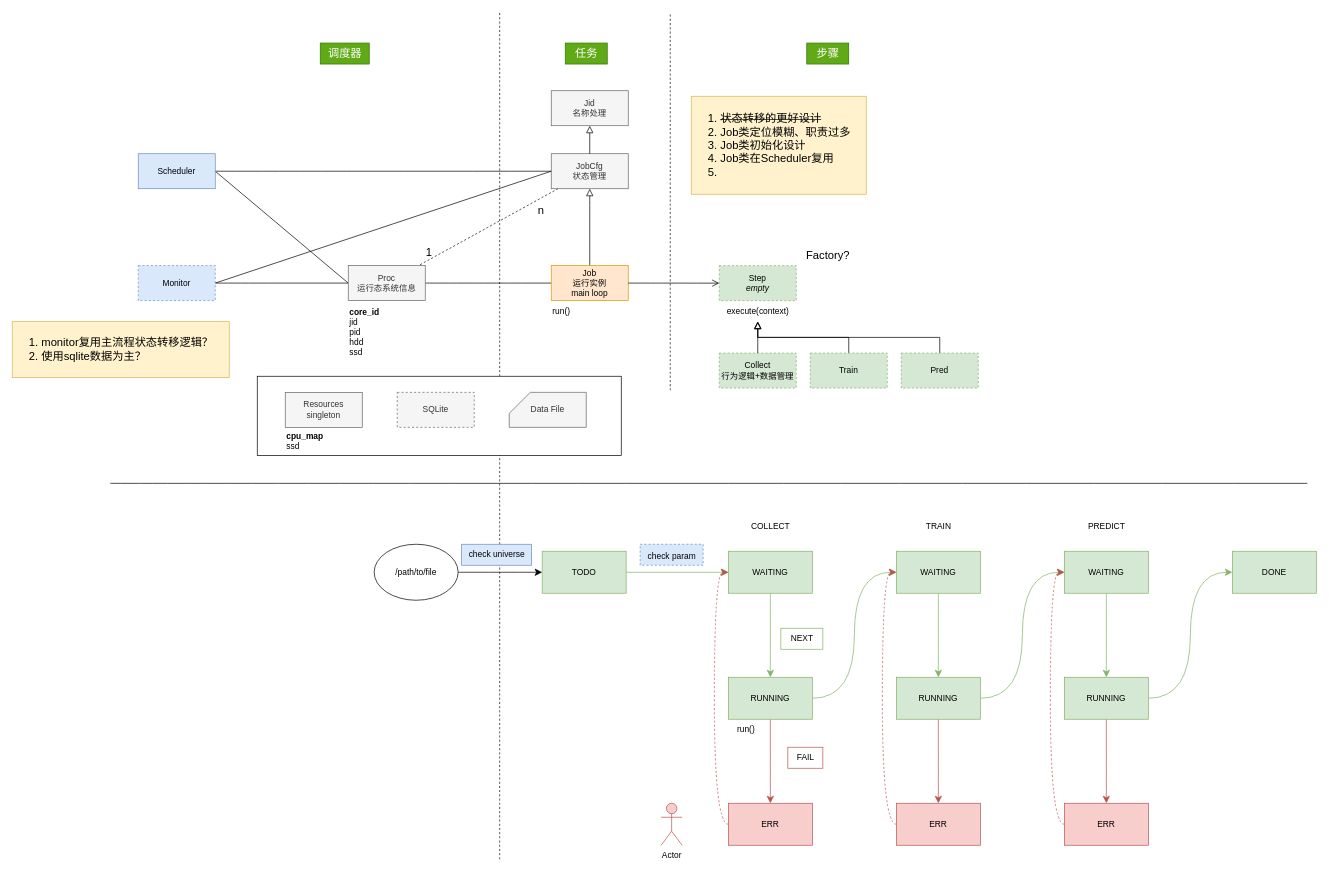
This is practice.drawio from mistyeye11/drawio, a draw.io file, before an edit. Source tidied: cells renumbered, new cells numbered last; positions are measured from the earlier drawing's top-left corner, leaving out a move shared by most shapes. Both pictures are drawn from the tidied source at 70%, with x=0, y=0 at pixel (12, 12).
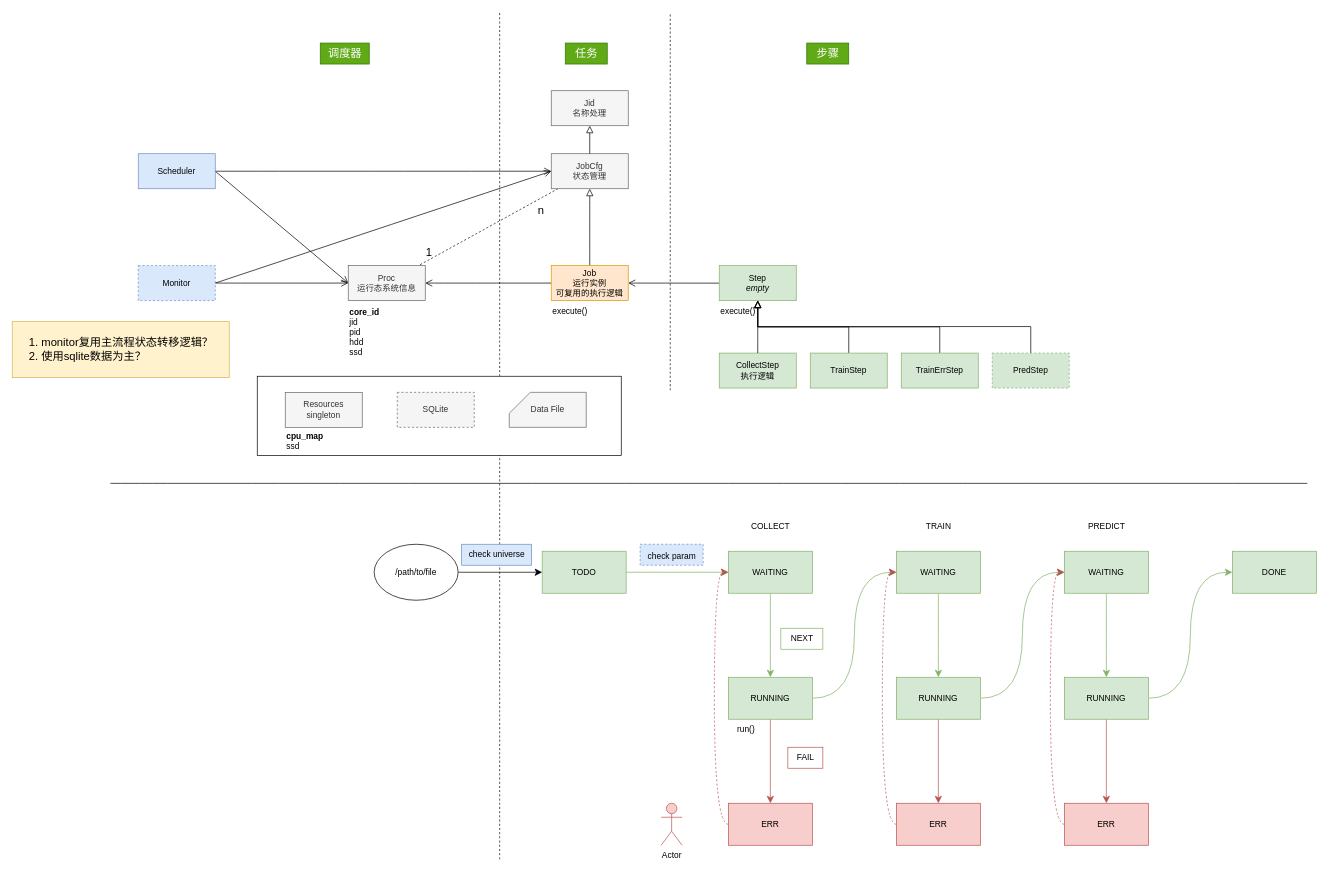
The same page after the edit.

Unchanged cells that the change refers to:
```xml
<mxCell id="6" value="&lt;div&gt;JobCfg&lt;/div&gt;&lt;div&gt;状态管理&lt;/div&gt;" style="html=1;whiteSpace=wrap;fillColor=#f5f5f5;strokeColor=#666666;fontColor=#333333;" parent="1" vertex="1">
  <mxGeometry x="770" y="202.1" width="110" height="50" as="geometry" />
</mxCell>
<mxCell id="12" value="&lt;div&gt;Scheduler&lt;/div&gt;" style="html=1;whiteSpace=wrap;fillColor=#dae8fc;strokeColor=#6c8ebf;" parent="1" vertex="1">
  <mxGeometry x="180" y="202.1" width="110" height="50" as="geometry" />
</mxCell>
<mxCell id="14" value="Monitor" style="html=1;whiteSpace=wrap;fillColor=#dae8fc;strokeColor=#6c8ebf;dashed=1;" parent="1" vertex="1">
  <mxGeometry x="180" y="361.9" width="110" height="50" as="geometry" />
</mxCell>
<mxCell id="51" value="&lt;div&gt;Proc&lt;/div&gt;运行态系统信息" style="html=1;whiteSpace=wrap;fillColor=#f5f5f5;strokeColor=#666666;fontColor=#333333;" parent="50" vertex="1">
  <mxGeometry width="110" height="50" as="geometry" />
</mxCell>
<mxCell id="53" style="group;" parent="1" vertex="1">
  <mxGeometry x="770" y="361.9" width="110" height="80" as="geometry" />
</mxCell>
```

What changed in the source:
```diff
@@
-    <mxCell id="3" style="edgeStyle=none;curved=1;rounded=0;jettySize=auto;html=1;exitX=0;exitY=0.5;exitDx=0;exitDy=0;entryX=1;entryY=0.5;entryDx=0;entryDy=0;fontSize=12;startSize=8;endSize=8;endArrow=none;endFill=0;" parent="1" edge="1" source="6" target="14">
+    <mxCell id="3" style="edgeStyle=none;curved=1;rounded=0;jettySize=auto;html=1;exitX=0;exitY=0.5;exitDx=0;exitDy=0;entryX=1;entryY=0.5;entryDx=0;entryDy=0;fontSize=12;startSize=8;endSize=8;endArrow=none;endFill=0;startArrow=open;startFill=0;" parent="1" edge="1" source="6" target="14">
       <mxGeometry relative="1" as="geometry" />
     </mxCell>
@@
-    <mxCell id="9" style="edgeStyle=none;curved=1;rounded=0;jettySize=auto;html=1;fontSize=12;startSize=8;endSize=8;endArrow=none;endFill=0;exitX=1;exitY=0.5;exitDx=0;exitDy=0;entryX=0;entryY=0.5;entryDx=0;entryDy=0;" parent="1" edge="1" source="51" target="54">
+    <mxCell id="9" style="edgeStyle=none;curved=1;rounded=0;jettySize=auto;html=1;fontSize=12;startSize=8;endSize=8;endArrow=none;endFill=0;exitX=1;exitY=0.5;exitDx=0;exitDy=0;entryX=0;entryY=0.5;entryDx=0;entryDy=0;startArrow=open;startFill=0;" parent="1" edge="1" source="51" target="54">
       <mxGeometry relative="1" as="geometry" />
     </mxCell>
-    <mxCell id="10" style="rounded=0;jettySize=auto;html=1;entryX=0;entryY=0.5;entryDx=0;entryDy=0;fontSize=12;startSize=8;endSize=8;endArrow=none;endFill=0;exitX=1;exitY=0.5;exitDx=0;exitDy=0;" parent="1" edge="1" source="12" target="51">
+    <mxCell id="10" style="rounded=0;jettySize=auto;html=1;entryX=0;entryY=0.5;entryDx=0;entryDy=0;fontSize=12;startSize=8;endSize=8;endArrow=open;endFill=0;exitX=1;exitY=0.5;exitDx=0;exitDy=0;" parent="1" edge="1" source="12" target="51">
       <mxGeometry relative="1" as="geometry" />
     </mxCell>
-    <mxCell id="11" style="edgeStyle=none;curved=1;rounded=0;jettySize=auto;html=1;exitX=1;exitY=0.5;exitDx=0;exitDy=0;entryX=0;entryY=0.5;entryDx=0;entryDy=0;fontSize=12;startSize=8;endSize=8;endArrow=none;endFill=0;" parent="1" edge="1" source="12" target="6">
+    <mxCell id="11" style="edgeStyle=none;curved=1;rounded=0;jettySize=auto;html=1;exitX=1;exitY=0.5;exitDx=0;exitDy=0;entryX=0;entryY=0.5;entryDx=0;entryDy=0;fontSize=12;startSize=8;endSize=8;endArrow=open;endFill=0;" parent="1" edge="1" source="12" target="6">
       <mxGeometry relative="1" as="geometry" />
     </mxCell>
@@
-    <mxCell id="13" style="edgeStyle=none;curved=1;rounded=0;jettySize=auto;html=1;exitX=1;exitY=0.5;exitDx=0;exitDy=0;entryX=0;entryY=0.5;entryDx=0;entryDy=0;fontSize=12;startSize=8;endSize=8;endArrow=none;endFill=0;" parent="1" edge="1" source="14" target="51">
+    <mxCell id="13" style="edgeStyle=none;curved=1;rounded=0;jettySize=auto;html=1;exitX=1;exitY=0.5;exitDx=0;exitDy=0;entryX=0;entryY=0.5;entryDx=0;entryDy=0;fontSize=12;startSize=8;endSize=8;endArrow=open;endFill=0;startArrow=none;startFill=0;" parent="1" edge="1" source="14" target="51">
       <mxGeometry relative="1" as="geometry" />
     </mxCell>
@@
-    <mxCell id="47" value="&lt;div align=&quot;left&quot;&gt;&lt;ol&gt;&lt;li&gt;&lt;strike&gt;状态转移的更好设计&lt;/strike&gt;&lt;/li&gt;&lt;li&gt;Job类定位模糊、职责过多&lt;/li&gt;&lt;li&gt;Job类初始化设计&lt;br&gt;&lt;/li&gt;&lt;li&gt;Job类在Scheduler复用&lt;/li&gt;&lt;li&gt;&lt;br&gt;&lt;/li&gt;&lt;/ol&gt;&lt;/div&gt;" style="text;html=1;align=left;verticalAlign=middle;strokeColor=#d6b656;fillColor=#fff2cc;fontSize=16;" parent="1" vertex="1">
-      <mxGeometry x="970" y="120" width="250" height="140" as="geometry" />
-    </mxCell>
@@
-    <mxCell id="54" value="&lt;div&gt;Job&lt;/div&gt;&lt;div&gt;运行实例&lt;/div&gt;&lt;div&gt;main loop&lt;br&gt;&lt;/div&gt;" style="html=1;whiteSpace=wrap;fillColor=#ffe6cc;strokeColor=#d79b00;" parent="53" vertex="1">
+    <mxCell id="54" value="&lt;div&gt;Job&lt;/div&gt;&lt;div&gt;运行实例&lt;/div&gt;&lt;div&gt;可复用的执行逻辑&lt;br&gt;&lt;/div&gt;" style="html=1;whiteSpace=wrap;fillColor=#ffe6cc;strokeColor=#d79b00;" parent="53" vertex="1">
       <mxGeometry width="110" height="50" as="geometry" />
     </mxCell>
-    <mxCell id="55" value="run()" style="text;html=1;align=left;verticalAlign=middle;strokeColor=none;fillColor=none;fontSize=12;" parent="53" vertex="1">
-      <mxGeometry y="50" width="50" height="30" as="geometry" />
+    <mxCell id="55" value="execute()" style="text;html=1;align=left;verticalAlign=middle;strokeColor=none;fillColor=none;fontSize=12;" parent="53" vertex="1">
+      <mxGeometry y="50" width="70" height="30" as="geometry" />
     </mxCell>
@@
-    <mxCell id="62" style="group;dashed=1;" parent="1" vertex="1">
-      <mxGeometry x="1010" y="362" width="110" height="80" as="geometry" />
-    </mxCell>
-    <mxCell id="63" value="&lt;div&gt;Step&lt;/div&gt;&lt;div&gt;&lt;i&gt;empty&lt;/i&gt;&lt;/div&gt;" style="html=1;whiteSpace=wrap;fillColor=#d5e8d4;strokeColor=#82b366;dashed=1;" parent="62" vertex="1">
-      <mxGeometry width="110" height="50" as="geometry" />
-    </mxCell>
-    <mxCell id="64" value="execute(context)" style="text;html=1;align=center;verticalAlign=middle;points=[];strokeColor=none;fillColor=none;fontSize=12;" parent="62" vertex="1">
-      <mxGeometry y="50" width="110" height="30" as="geometry" />
-    </mxCell>
-    <mxCell id="65" value="&lt;div&gt;Collect&lt;/div&gt;&lt;div&gt;行为逻辑+数据管理&lt;br&gt;&lt;/div&gt;" style="html=1;whiteSpace=wrap;fillColor=#d5e8d4;strokeColor=#82b366;dashed=1;" parent="1" vertex="1">
+    <mxCell id="65" value="&lt;div&gt;CollectStep&lt;/div&gt;&lt;div&gt;执行逻辑&lt;br&gt;&lt;/div&gt;" style="html=1;whiteSpace=wrap;fillColor=#d5e8d4;strokeColor=#82b366;" parent="1" vertex="1">
       <mxGeometry x="1010" y="486.9" width="110" height="50" as="geometry" />
     </mxCell>
-    <mxCell id="66" style="edgeStyle=orthogonalEdgeStyle;rounded=0;jettySize=auto;html=1;exitX=0.5;exitY=0;exitDx=0;exitDy=0;fontSize=12;startSize=8;endSize=8;endArrow=block;endFill=0;" parent="1" edge="1" source="67" target="64">
+    <mxCell id="66" style="edgeStyle=orthogonalEdgeStyle;rounded=0;jettySize=auto;html=1;exitX=0.5;exitY=0;exitDx=0;exitDy=0;fontSize=12;startSize=8;endSize=8;endArrow=block;endFill=0;" parent="1" edge="1" source="67" target="63">
       <mxGeometry relative="1" as="geometry" />
     </mxCell>
-    <mxCell id="67" value="Train" style="html=1;whiteSpace=wrap;fillColor=#d5e8d4;strokeColor=#82b366;dashed=1;" parent="1" vertex="1">
+    <mxCell id="67" value="TrainStep" style="html=1;whiteSpace=wrap;fillColor=#d5e8d4;strokeColor=#82b366;" parent="1" vertex="1">
       <mxGeometry x="1140" y="486.9" width="110" height="50" as="geometry" />
     </mxCell>
-    <mxCell id="68" style="edgeStyle=orthogonalEdgeStyle;rounded=0;jettySize=auto;html=1;exitX=0.5;exitY=0;exitDx=0;exitDy=0;fontSize=12;startSize=8;endSize=8;endArrow=block;endFill=0;" parent="1" edge="1" source="69" target="64">
+    <mxCell id="68" style="edgeStyle=orthogonalEdgeStyle;rounded=0;jettySize=auto;html=1;exitX=0.5;exitY=0;exitDx=0;exitDy=0;fontSize=12;startSize=8;endSize=8;endArrow=block;endFill=0;" parent="1" edge="1" source="69" target="63">
       <mxGeometry relative="1" as="geometry" />
     </mxCell>
-    <mxCell id="69" value="Pred" style="html=1;whiteSpace=wrap;fillColor=#d5e8d4;strokeColor=#82b366;dashed=1;" parent="1" vertex="1">
+    <mxCell id="69" value="&lt;div&gt;TrainErrStep&lt;/div&gt;" style="html=1;whiteSpace=wrap;fillColor=#d5e8d4;strokeColor=#82b366;" parent="1" vertex="1">
       <mxGeometry x="1270" y="486.9" width="110" height="50" as="geometry" />
     </mxCell>
+    <mxCell id="83" style="edgeStyle=elbowEdgeStyle;rounded=0;jettySize=auto;html=1;fontSize=12;startSize=8;endSize=8;elbow=vertical;endArrow=block;endFill=0;" parent="1" edge="1" source="84" target="63">
+      <mxGeometry relative="1" as="geometry" />
+    </mxCell>
+    <mxCell id="84" value="&lt;div&gt;PredStep&lt;/div&gt;" style="html=1;whiteSpace=wrap;fillColor=#d5e8d4;strokeColor=#82b366;dashed=1;" parent="1" vertex="1">
+      <mxGeometry x="1400" y="486.9" width="110" height="50" as="geometry" />
+    </mxCell>
-    <mxCell id="70" style="edgeStyle=none;curved=1;rounded=0;jettySize=auto;html=1;fontSize=12;startSize=8;endSize=8;startArrow=block;startFill=0;endArrow=none;endFill=0;" parent="1" edge="1" source="64" target="65">
+    <mxCell id="70" style="edgeStyle=none;curved=1;rounded=0;jettySize=auto;html=1;fontSize=12;startSize=8;endSize=8;startArrow=block;startFill=0;endArrow=none;endFill=0;" parent="1" edge="1" source="63" target="65">
       <mxGeometry relative="1" as="geometry" />
     </mxCell>
-    <mxCell id="71" value="&lt;div&gt;Factory?&lt;/div&gt;" style="text;html=1;align=center;verticalAlign=middle;strokeColor=none;fillColor=none;fontSize=16;" parent="1" vertex="1">
-      <mxGeometry x="1120" y="332" width="90" height="30" as="geometry" />
-    </mxCell>
@@
-    <mxCell id="73" style="edgeStyle=none;curved=1;rounded=0;jettySize=auto;html=1;exitX=1;exitY=0.5;exitDx=0;exitDy=0;entryX=0;entryY=0.5;entryDx=0;entryDy=0;fontSize=12;startSize=8;endSize=8;endArrow=open;endFill=0;" parent="1" edge="1" source="54" target="63">
+    <mxCell id="73" style="edgeStyle=none;curved=1;rounded=0;jettySize=auto;html=1;exitX=1;exitY=0.5;exitDx=0;exitDy=0;entryX=0;entryY=0.5;entryDx=0;entryDy=0;fontSize=12;startSize=8;endSize=8;endArrow=none;endFill=0;startArrow=open;startFill=0;" parent="1" edge="1" source="54" target="63">
       <mxGeometry relative="1" as="geometry" />
     </mxCell>
@@
+    <mxCell id="85" style="group;" parent="1" vertex="1">
+      <mxGeometry x="1010" y="362" width="110" height="79.9" as="geometry" />
+    </mxCell>
+    <mxCell id="63" value="&lt;div&gt;Step&lt;/div&gt;&lt;div&gt;&lt;i&gt;empty&lt;/i&gt;&lt;/div&gt;" style="html=1;whiteSpace=wrap;fillColor=#d5e8d4;strokeColor=#82b366;" parent="85" vertex="1">
+      <mxGeometry width="110" height="50" as="geometry" />
+    </mxCell>
+    <mxCell id="64" value="execute()" style="text;html=1;align=left;verticalAlign=middle;points=[];strokeColor=none;fillColor=none;fontSize=12;" parent="85" vertex="1">
+      <mxGeometry y="49.9" width="70" height="30" as="geometry" />
+    </mxCell>
```
